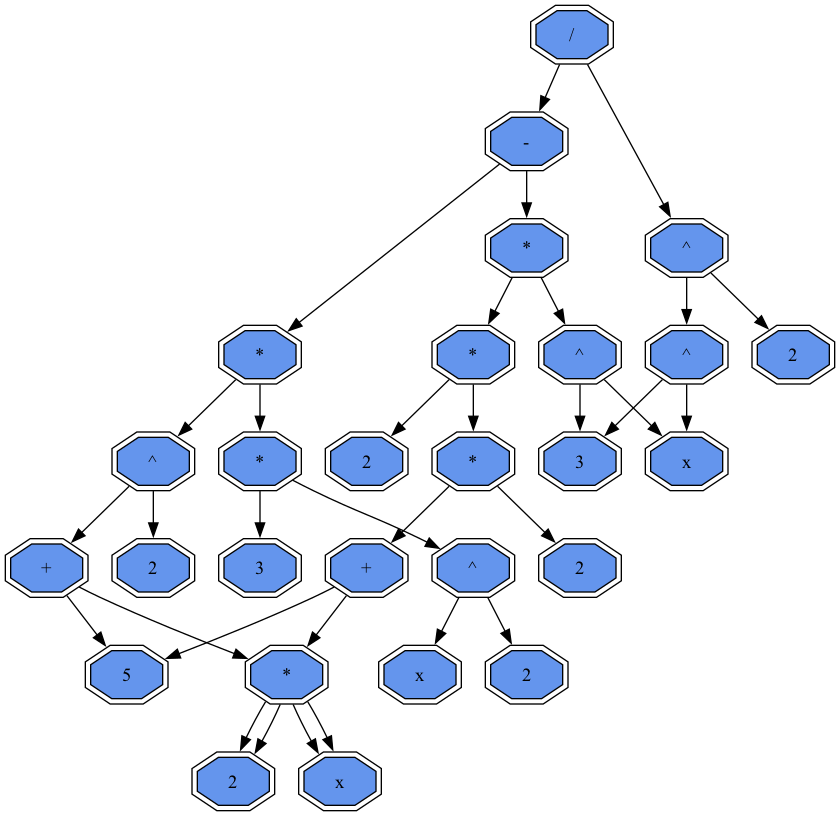
This is calculated.png from Pave2005/differential, a Graphviz export, as it was before one commit. Its source is kept beside it as calculated.dot.
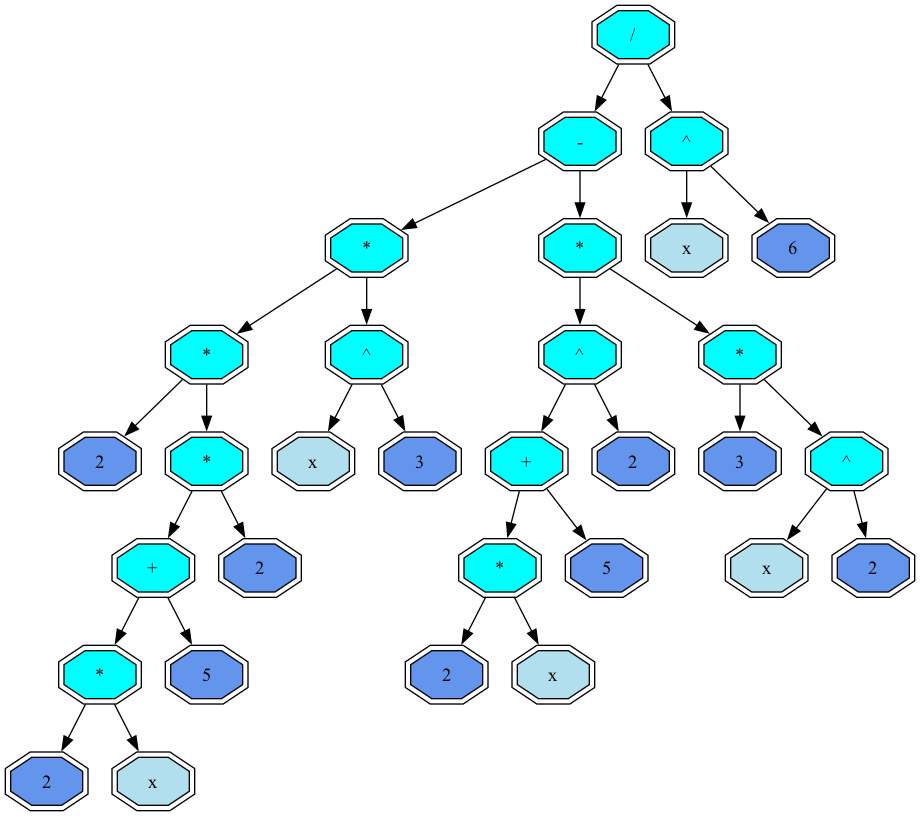
Above is the later version.

What changed in the source:
```diff
@@ -1,68 +1,64 @@
 digraph G {
 node [shape = record];
- 13334042300  13334042300 [shape = doubleoctagon, style = filled, fillcolor = cornflowerblue  label = " / "];
-13334042300 -> 13334042100
- 13334042300 -> 13334042240
- 13334042100 [shape = doubleoctagon, style = filled, fillcolor = cornflowerblue  label = " - "];
-13334042100 -> 13334041300
- 13334042100 -> 13334042040
- 13334041300 [shape = doubleoctagon, style = filled, fillcolor = cornflowerblue  label = " * "];
-13334041300 -> 13334041200
- 13334041300 -> 13334041240
- 13334041200 [shape = doubleoctagon, style = filled, fillcolor = cornflowerblue  label = " * "];
-13334041200 -> 13334040200
- 13334041200 -> 13334041140
- 13334040200 [shape = doubleoctagon, style = filled, fillcolor = cornflowerblue  label = " 2 "];
- 13334041140 [shape = doubleoctagon, style = filled, fillcolor = cornflowerblue  label = " * "];
-13334041140 -> 13334040440
- 13334041140 -> 13334041100
- 13334040440 [shape = doubleoctagon, style = filled, fillcolor = cornflowerblue  label = " + "];
-13334040440 -> 13330057540
- 13334040440 -> 13330056260
- 13330057540 [shape = doubleoctagon, style = filled, fillcolor = cornflowerblue  label = " * "];
-13330057540 -> 13330057300
- 13330057540 -> 13330057340
- 13330057300 [shape = doubleoctagon, style = filled, fillcolor = cornflowerblue  label = " 2 "];
- 13330057340 [shape = doubleoctagon, style = filled, fillcolor = cornflowerblue  label = " x "];
- 13330056260 [shape = doubleoctagon, style = filled, fillcolor = cornflowerblue  label = " 5 "];
- 13334041100 [shape = doubleoctagon, style = filled, fillcolor = cornflowerblue  label = " 2 "];
- 13334041240 [shape = doubleoctagon, style = filled, fillcolor = cornflowerblue  label = " ^ "];
-13334041240 -> 13330056420
- 13334041240 -> 13330056460
- 13330056420 [shape = doubleoctagon, style = filled, fillcolor = cornflowerblue  label = " x "];
- 13330056460 [shape = doubleoctagon, style = filled, fillcolor = cornflowerblue  label = " 3 "];
- 13334042040 [shape = doubleoctagon, style = filled, fillcolor = cornflowerblue  label = " * "];
-13334042040 -> 13334041340
- 13334042040 -> 13334042000
- 13334041340 [shape = doubleoctagon, style = filled, fillcolor = cornflowerblue  label = " ^ "];
-13334041340 -> 13330057500
- 13334041340 -> 13330056320
- 13330057500 [shape = doubleoctagon, style = filled, fillcolor = cornflowerblue  label = " + "];
-13330057500 -> 13330057540
- 13330057500 -> 13330056260
- 13330057540 [shape = doubleoctagon, style = filled, fillcolor = cornflowerblue  label = " * "];
-13330057540 -> 13330057300
- 13330057540 -> 13330057340
- 13330057300 [shape = doubleoctagon, style = filled, fillcolor = cornflowerblue  label = " 2 "];
- 13330057340 [shape = doubleoctagon, style = filled, fillcolor = cornflowerblue  label = " x "];
- 13330056260 [shape = doubleoctagon, style = filled, fillcolor = cornflowerblue  label = " 5 "];
- 13330056320 [shape = doubleoctagon, style = filled, fillcolor = cornflowerblue  label = " 2 "];
- 13334042000 [shape = doubleoctagon, style = filled, fillcolor = cornflowerblue  label = " * "];
-13334042000 -> 13334041400
- 13334042000 -> 13334041740
- 13334041400 [shape = doubleoctagon, style = filled, fillcolor = cornflowerblue  label = " 3 "];
- 13334041740 [shape = doubleoctagon, style = filled, fillcolor = cornflowerblue  label = " ^ "];
-13334041740 -> 13334041440
- 13334041740 -> 13334041600
- 13334041440 [shape = doubleoctagon, style = filled, fillcolor = cornflowerblue  label = " x "];
- 13334041600 [shape = doubleoctagon, style = filled, fillcolor = cornflowerblue  label = " 2 "];
- 13334042240 [shape = doubleoctagon, style = filled, fillcolor = cornflowerblue  label = " ^ "];
-13334042240 -> 13334042140
- 13334042240 -> 13334042200
- 13334042140 [shape = doubleoctagon, style = filled, fillcolor = cornflowerblue  label = " ^ "];
-13334042140 -> 13330056420
- 13334042140 -> 13330056460
- 13330056420 [shape = doubleoctagon, style = filled, fillcolor = cornflowerblue  label = " x "];
- 13330056460 [shape = doubleoctagon, style = filled, fillcolor = cornflowerblue  label = " 3 "];
- 13334042200 [shape = doubleoctagon, style = filled, fillcolor = cornflowerblue  label = " 2 "];
+ 12000043200  12000043200 [shape = doubleoctagon, style = filled, fillcolor = aqua  label = " / "];
+12000043200 -> 12000042700
+ 12000043200 -> 12000043140
+ 12000042700 [shape = doubleoctagon, style = filled, fillcolor = aqua  label = " - "];
+12000042700 -> 12000041600
+ 12000042700 -> 12000042640
+ 12000041600 [shape = doubleoctagon, style = filled, fillcolor = aqua  label = " * "];
+12000041600 -> 12000041400
+ 12000041600 -> 12000041440
+ 12000041400 [shape = doubleoctagon, style = filled, fillcolor = aqua  label = " * "];
+12000041400 -> 12000040200
+ 12000041400 -> 12000041340
+ 12000040200 [shape = doubleoctagon, style = filled, fillcolor = cornflowerblue  label = " 2 "];
+ 12000041340 [shape = doubleoctagon, style = filled, fillcolor = aqua  label = " * "];
+12000041340 -> 12000040640
+ 12000041340 -> 12000041300
+ 12000040640 [shape = doubleoctagon, style = filled, fillcolor = aqua  label = " + "];
+12000040640 -> 12000040300
+ 12000040640 -> 12000040440
+ 12000040300 [shape = doubleoctagon, style = filled, fillcolor = aqua  label = " * "];
+12000040300 -> 12000040340
+ 12000040300 -> 12000040400
+ 12000040340 [shape = doubleoctagon, style = filled, fillcolor = cornflowerblue  label = " 2 "];
+ 12000040400 [shape = doubleoctagon, style = filled, fillcolor = lightblue2  label = " x "];
+ 12000040440 [shape = doubleoctagon, style = filled, fillcolor = cornflowerblue  label = " 5 "];
+ 12000041300 [shape = doubleoctagon, style = filled, fillcolor = cornflowerblue  label = " 2 "];
+ 12000041440 [shape = doubleoctagon, style = filled, fillcolor = aqua  label = " ^ "];
+12000041440 -> 12000041500
+ 12000041440 -> 12000041540
+ 12000041500 [shape = doubleoctagon, style = filled, fillcolor = lightblue2  label = " x "];
+ 12000041540 [shape = doubleoctagon, style = filled, fillcolor = cornflowerblue  label = " 3 "];
+ 12000042640 [shape = doubleoctagon, style = filled, fillcolor = aqua  label = " * "];
+12000042640 -> 12000041640
+ 12000042640 -> 12000042600
+ 12000041640 [shape = doubleoctagon, style = filled, fillcolor = aqua  label = " ^ "];
+12000041640 -> 12000041700
+ 12000041640 -> 12000042140
+ 12000041700 [shape = doubleoctagon, style = filled, fillcolor = aqua  label = " + "];
+12000041700 -> 12000041740
+ 12000041700 -> 12000042100
+ 12000041740 [shape = doubleoctagon, style = filled, fillcolor = aqua  label = " * "];
+12000041740 -> 12000042000
+ 12000041740 -> 12000042040
+ 12000042000 [shape = doubleoctagon, style = filled, fillcolor = cornflowerblue  label = " 2 "];
+ 12000042040 [shape = doubleoctagon, style = filled, fillcolor = lightblue2  label = " x "];
+ 12000042100 [shape = doubleoctagon, style = filled, fillcolor = cornflowerblue  label = " 5 "];
+ 12000042140 [shape = doubleoctagon, style = filled, fillcolor = cornflowerblue  label = " 2 "];
+ 12000042600 [shape = doubleoctagon, style = filled, fillcolor = aqua  label = " * "];
+12000042600 -> 12000042200
+ 12000042600 -> 12000042540
+ 12000042200 [shape = doubleoctagon, style = filled, fillcolor = cornflowerblue  label = " 3 "];
+ 12000042540 [shape = doubleoctagon, style = filled, fillcolor = aqua  label = " ^ "];
+12000042540 -> 12000042240
+ 12000042540 -> 12000042400
+ 12000042240 [shape = doubleoctagon, style = filled, fillcolor = lightblue2  label = " x "];
+ 12000042400 [shape = doubleoctagon, style = filled, fillcolor = cornflowerblue  label = " 2 "];
+ 12000043140 [shape = doubleoctagon, style = filled, fillcolor = aqua  label = " ^ "];
+12000043140 -> 12000043000
+ 12000043140 -> 12000043040
+ 12000043000 [shape = doubleoctagon, style = filled, fillcolor = lightblue2  label = " x "];
+ 12000043040 [shape = doubleoctagon, style = filled, fillcolor = cornflowerblue  label = " 6 "];
 }
```
